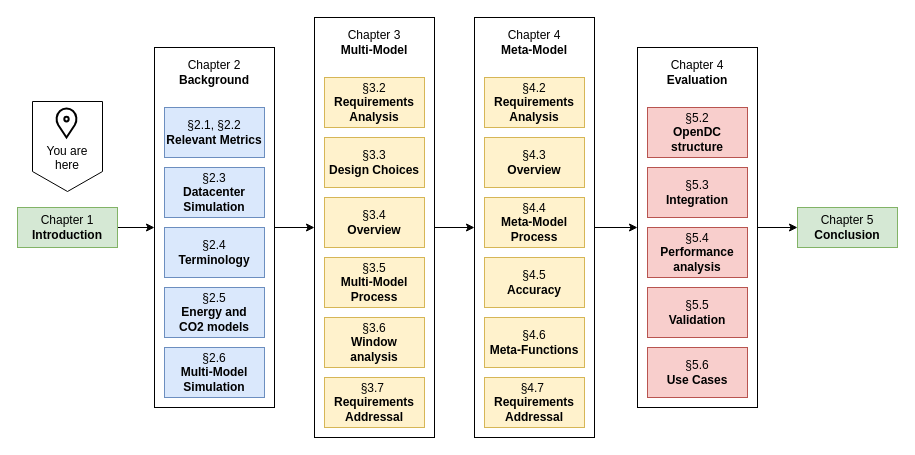
The draw.io diagram papers/multi-meta-model-paper/drawio-figures/thesis-structure.drawio in Radu-Nicolae/atlarge, before the edit. Source tidied: cells renumbered, new cells numbered last; positions are measured from the earlier drawing's top-left corner, leaving out a move shared by most shapes. Both pictures are drawn from the tidied source at 100%, with x=0, y=0 at pixel (17, 17). Pictures stored in the file or linked from it are replaced by grey dashed boxes.
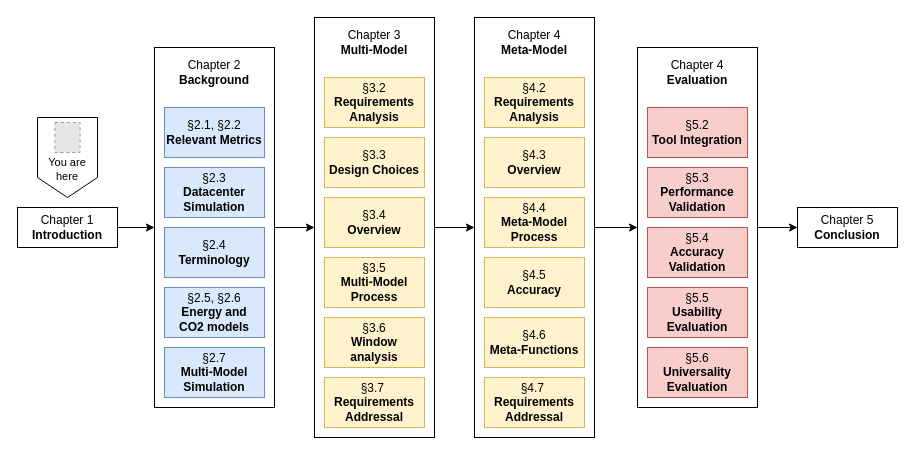
After the change.

The change refers to these unchanged cells:
```xml
<mxCell id="5" style="group;" parent="1" vertex="1">
  <mxGeometry x="137" y="30" width="120" height="360" as="geometry" />
</mxCell>
<mxCell id="31" style="group;" parent="1" vertex="1">
  <mxGeometry x="620" y="30" width="120" height="360" as="geometry" />
</mxCell>
```

Diff of the diagram source:
```diff
@@
-    <mxCell id="3" value="Chapter 1&lt;br&gt;&lt;b&gt;Introduction&lt;/b&gt;" style="rounded=0;whiteSpace=wrap;html=1;fillColor=#d5e8d4;strokeColor=#82b366;" parent="1" vertex="1">
+    <mxCell id="3" value="Chapter 1&lt;br&gt;&lt;b&gt;Introduction&lt;/b&gt;" style="rounded=0;whiteSpace=wrap;html=1;" parent="1" vertex="1">
       <mxGeometry y="190" width="100" height="40" as="geometry" />
     </mxCell>
-    <mxCell id="4" value="Chapter 5&lt;br&gt;&lt;b&gt;Conclusion&lt;/b&gt;" style="rounded=0;whiteSpace=wrap;html=1;fillColor=#d5e8d4;strokeColor=#82b366;" parent="1" vertex="1">
+    <mxCell id="4" value="Chapter 5&lt;br&gt;&lt;b&gt;Conclusion&lt;/b&gt;" style="rounded=0;whiteSpace=wrap;html=1;" parent="1" vertex="1">
       <mxGeometry x="780" y="190" width="100" height="40" as="geometry" />
     </mxCell>
@@
-    <mxCell id="11" value="§2.5&lt;br&gt;&lt;b&gt;Energy and &lt;br&gt;CO2 models&lt;/b&gt;" style="rounded=0;whiteSpace=wrap;html=1;fillColor=#dae8fc;strokeColor=#6c8ebf;" parent="5" vertex="1">
+    <mxCell id="11" value="§2.5, §2.6&lt;br&gt;&lt;b&gt;Energy and &lt;br&gt;CO2 models&lt;/b&gt;" style="rounded=0;whiteSpace=wrap;html=1;fillColor=#dae8fc;strokeColor=#6c8ebf;" parent="5" vertex="1">
       <mxGeometry x="10" y="240" width="100" height="50" as="geometry" />
     </mxCell>
-    <mxCell id="12" value="§2.6&lt;br&gt;&lt;b&gt;Multi-Model Simulation&lt;/b&gt;" style="rounded=0;whiteSpace=wrap;html=1;fillColor=#dae8fc;strokeColor=#6c8ebf;" parent="5" vertex="1">
+    <mxCell id="12" value="§2.7&lt;br&gt;&lt;b&gt;Multi-Model Simulation&lt;/b&gt;" style="rounded=0;whiteSpace=wrap;html=1;fillColor=#dae8fc;strokeColor=#6c8ebf;" parent="5" vertex="1">
       <mxGeometry x="10" y="300" width="100" height="50" as="geometry" />
     </mxCell>
@@
-    <mxCell id="34" value="§5.2&lt;br&gt;&lt;b&gt;OpenDC structure&lt;/b&gt;" style="rounded=0;whiteSpace=wrap;html=1;fillColor=#f8cecc;strokeColor=#b85450;" parent="31" vertex="1">
+    <mxCell id="34" value="§5.2&lt;br&gt;&lt;b&gt;Tool Integration&lt;/b&gt;" style="rounded=0;whiteSpace=wrap;html=1;fillColor=#f8cecc;strokeColor=#b85450;" parent="31" vertex="1">
       <mxGeometry x="10" y="60" width="100" height="50" as="geometry" />
     </mxCell>
-    <mxCell id="35" value="§5.3&lt;br&gt;&lt;b&gt;Integration&lt;/b&gt;" style="rounded=0;whiteSpace=wrap;html=1;fillColor=#f8cecc;strokeColor=#b85450;" parent="31" vertex="1">
+    <mxCell id="35" value="§5.3&lt;br&gt;&lt;b&gt;Performance Validation&lt;/b&gt;" style="rounded=0;whiteSpace=wrap;html=1;fillColor=#f8cecc;strokeColor=#b85450;" parent="31" vertex="1">
       <mxGeometry x="10" y="120" width="100" height="50" as="geometry" />
     </mxCell>
-    <mxCell id="36" value="§5.4&lt;br&gt;&lt;b&gt;Performance analysis&lt;/b&gt;" style="rounded=0;whiteSpace=wrap;html=1;fillColor=#f8cecc;strokeColor=#b85450;" parent="31" vertex="1">
+    <mxCell id="36" value="§5.4&lt;br&gt;&lt;b&gt;Accuracy Validation&lt;/b&gt;" style="rounded=0;whiteSpace=wrap;html=1;fillColor=#f8cecc;strokeColor=#b85450;" parent="31" vertex="1">
       <mxGeometry x="10" y="180" width="100" height="50" as="geometry" />
     </mxCell>
-    <mxCell id="37" value="§5.5&lt;br&gt;&lt;b&gt;Validation&lt;/b&gt;" style="rounded=0;whiteSpace=wrap;html=1;fillColor=#f8cecc;strokeColor=#b85450;" parent="31" vertex="1">
+    <mxCell id="37" value="§5.5&lt;br&gt;&lt;b&gt;Usability Evaluation&lt;/b&gt;" style="rounded=0;whiteSpace=wrap;html=1;fillColor=#f8cecc;strokeColor=#b85450;" parent="31" vertex="1">
       <mxGeometry x="10" y="240" width="100" height="50" as="geometry" />
     </mxCell>
-    <mxCell id="38" value="§5.6&lt;br&gt;&lt;b style=&quot;border-color: var(--border-color);&quot;&gt;Use Cases&lt;/b&gt;" style="rounded=0;whiteSpace=wrap;html=1;fillColor=#f8cecc;strokeColor=#b85450;" parent="31" vertex="1">
+    <mxCell id="38" value="§5.6&lt;br&gt;&lt;b style=&quot;border-color: var(--border-color);&quot;&gt;Universality Evaluation&lt;/b&gt;" style="rounded=0;whiteSpace=wrap;html=1;fillColor=#f8cecc;strokeColor=#b85450;" parent="31" vertex="1">
       <mxGeometry x="10" y="300" width="100" height="50" as="geometry" />
     </mxCell>
@@
-    <mxCell id="43" value="&lt;br&gt;&lt;br&gt;&lt;br&gt;You are here" style="shape=callout;whiteSpace=wrap;html=1;perimeter=calloutPerimeter;size=20;position=0;base=70;" parent="1" vertex="1">
-      <mxGeometry x="15" y="84" width="70" height="90" as="geometry" />
+    <mxCell id="43" value="&lt;font style=&quot;font-size: 11px;&quot;&gt;&lt;br&gt;&lt;br&gt;&lt;br&gt;You are here&lt;/font&gt;" style="shape=callout;whiteSpace=wrap;html=1;perimeter=calloutPerimeter;size=20;position=0;base=80;position2=0.5;" parent="1" vertex="1">
+      <mxGeometry x="20" y="100" width="60" height="80" as="geometry" />
     </mxCell>
-    <mxCell id="44" style="html=1;verticalLabelPosition=bottom;align=center;labelBackgroundColor=#ffffff;verticalAlign=top;strokeWidth=2;strokeColor=#000000;shadow=0;dashed=0;shape=mxgraph.ios7.icons.location;" parent="1" vertex="1">
-      <mxGeometry x="38" y="90" width="22" height="30" as="geometry" />
-    </mxCell>
+    <mxCell id="45" style="fillColor=#E6E6E6;strokeColor=#999999;dashed=1;verticalLabelPosition=bottom;labelBackgroundColor=default;verticalAlign=top;" parent="1" vertex="1">
+      <mxGeometry x="37.4" y="105" width="25.2" height="30" as="geometry" />
+    </mxCell>
```
